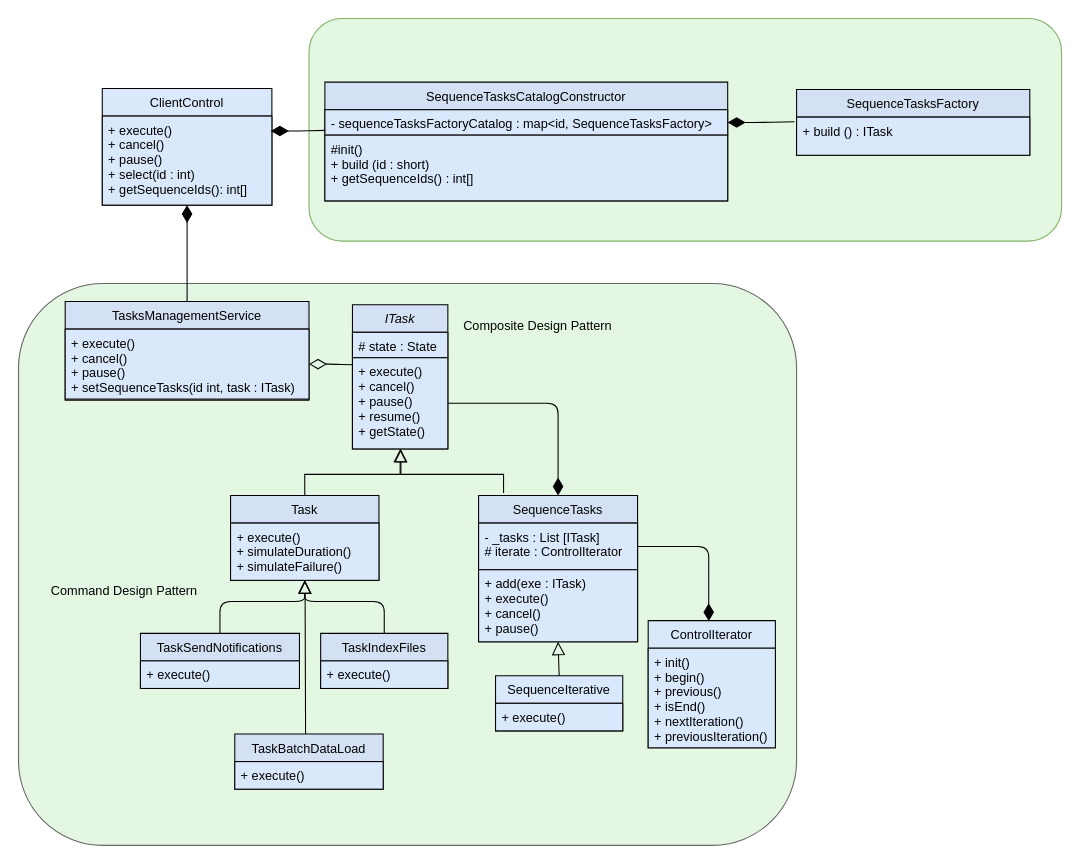
Above: design/TaskManagementService.drawio in cguz/task-management-service (draw.io), before the change. Source tidied: cells renumbered, new cells numbered last; positions are measured from the earlier drawing's top-left corner, leaving out a move shared by most shapes. Both pictures are drawn from the tidied source at 106%, with x=0, y=0 at pixel (18, 18).
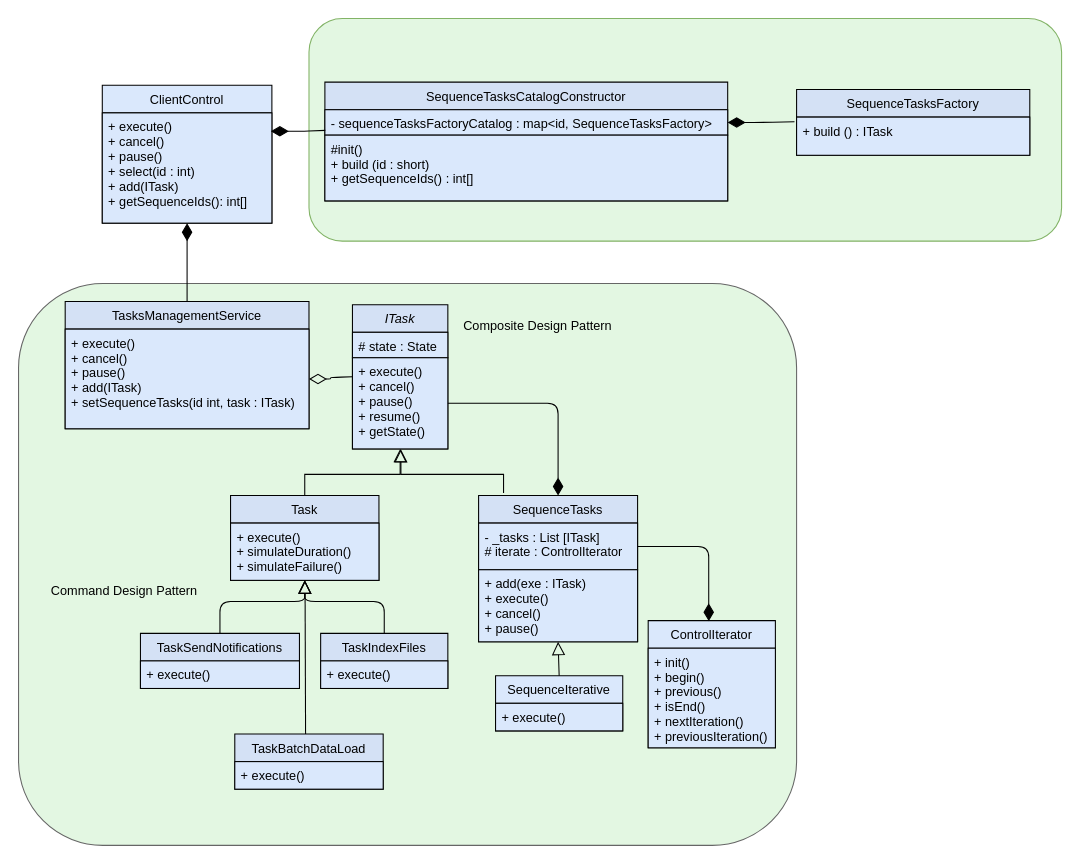
The same page after the edit.

Unchanged cells that the change refers to:
```xml
<mxCell id="6" value="+ execute()&#10;+ cancel()&#10;+ pause()&#10;+ resume()&#10;+ getState()" style="text;align=left;verticalAlign=top;spacingLeft=4;spacingRight=4;overflow=hidden;points=[[0,0.5],[1,0.5]];portConstraint=eastwest;fillColor=#dae8fc;strokeColor=#000000;" parent="4" vertex="1">
  <mxGeometry y="50" width="90" height="86" as="geometry" />
</mxCell>
```

The edit, as a diff of the source:
```diff
@@
     <mxCell id="28" value="TasksManagementService" style="swimlane;fontStyle=0;align=center;verticalAlign=top;horizontal=1;startSize=26;rounded=0;shadow=0;strokeWidth=1;fillColor=#D4E1F5;" parent="1" vertex="1">
-      <mxGeometry x="44" y="267" width="230" height="93" as="geometry" />
+      <mxGeometry x="44" y="267" width="230" height="120" as="geometry" />
     </mxCell>
-    <mxCell id="29" value="+ execute()&#10;+ cancel()&#10;+ pause()&#10;+ setSequenceTasks(id int, task : ITask)" style="text;align=left;verticalAlign=top;spacingLeft=4;spacingRight=4;overflow=hidden;points=[[0,0.5],[1,0.5]];portConstraint=eastwest;fillColor=#dae8fc;strokeColor=#000000;" parent="28" vertex="1">
-      <mxGeometry y="26" width="230" height="66" as="geometry" />
+    <mxCell id="29" value="+ execute()&#10;+ cancel()&#10;+ pause()&#10;+ add(ITask)&#10;+ setSequenceTasks(id int, task : ITask)" style="text;align=left;verticalAlign=top;spacingLeft=4;spacingRight=4;overflow=hidden;points=[[0,0.5],[1,0.5]];portConstraint=eastwest;fillColor=#dae8fc;strokeColor=#000000;" parent="28" vertex="1">
+      <mxGeometry y="26" width="230" height="94" as="geometry" />
     </mxCell>
-    <mxCell id="30" style="endArrow=none;html=1;endSize=12;startArrow=diamondThin;startSize=14;startFill=0;edgeStyle=orthogonalEdgeStyle;align=left;verticalAlign=bottom;entryX=0;entryY=0.077;entryDx=0;entryDy=0;entryPerimeter=0;endFill=0;" parent="1" edge="1" source="29" target="6">
-      <mxGeometry x="-1" y="3" relative="1" as="geometry" />
+    <mxCell id="30" style="endArrow=none;html=1;endSize=12;startArrow=diamondThin;startSize=14;startFill=0;edgeStyle=orthogonalEdgeStyle;align=left;verticalAlign=bottom;endFill=0;" parent="1" edge="1" source="29">
+      <mxGeometry x="-1" y="3" relative="1" as="geometry">
+        <mxPoint x="315" y="338" as="targetPoint" />
+      </mxGeometry>
     </mxCell>
     <mxCell id="31" value="ClientControl" style="swimlane;fontStyle=0;align=center;verticalAlign=top;horizontal=1;startSize=26;rounded=0;shadow=0;strokeWidth=1;fillColor=#dae8fc;" parent="1" vertex="1">
-      <mxGeometry x="79" y="66" width="160" height="110" as="geometry" />
+      <mxGeometry x="79" y="63" width="160" height="130" as="geometry" />
     </mxCell>
-    <mxCell id="32" value="+ execute()&#10;+ cancel()&#10;+ pause()&#10;+ select(id : int)&#10;+ getSequenceIds(): int[]" style="text;align=left;verticalAlign=top;spacingLeft=4;spacingRight=4;overflow=hidden;points=[[0,0.5],[1,0.5]];portConstraint=eastwest;fillColor=#dae8fc;strokeColor=#000000;" parent="31" vertex="1">
-      <mxGeometry y="26" width="160" height="84" as="geometry" />
+    <mxCell id="32" value="+ execute()&#10;+ cancel()&#10;+ pause()&#10;+ select(id : int)&#10;+ add(ITask)&#10;+ getSequenceIds(): int[]" style="text;align=left;verticalAlign=top;spacingLeft=4;spacingRight=4;overflow=hidden;points=[[0,0.5],[1,0.5]];portConstraint=eastwest;fillColor=#dae8fc;strokeColor=#000000;" parent="31" vertex="1">
+      <mxGeometry y="26" width="160" height="104" as="geometry" />
     </mxCell>
```
